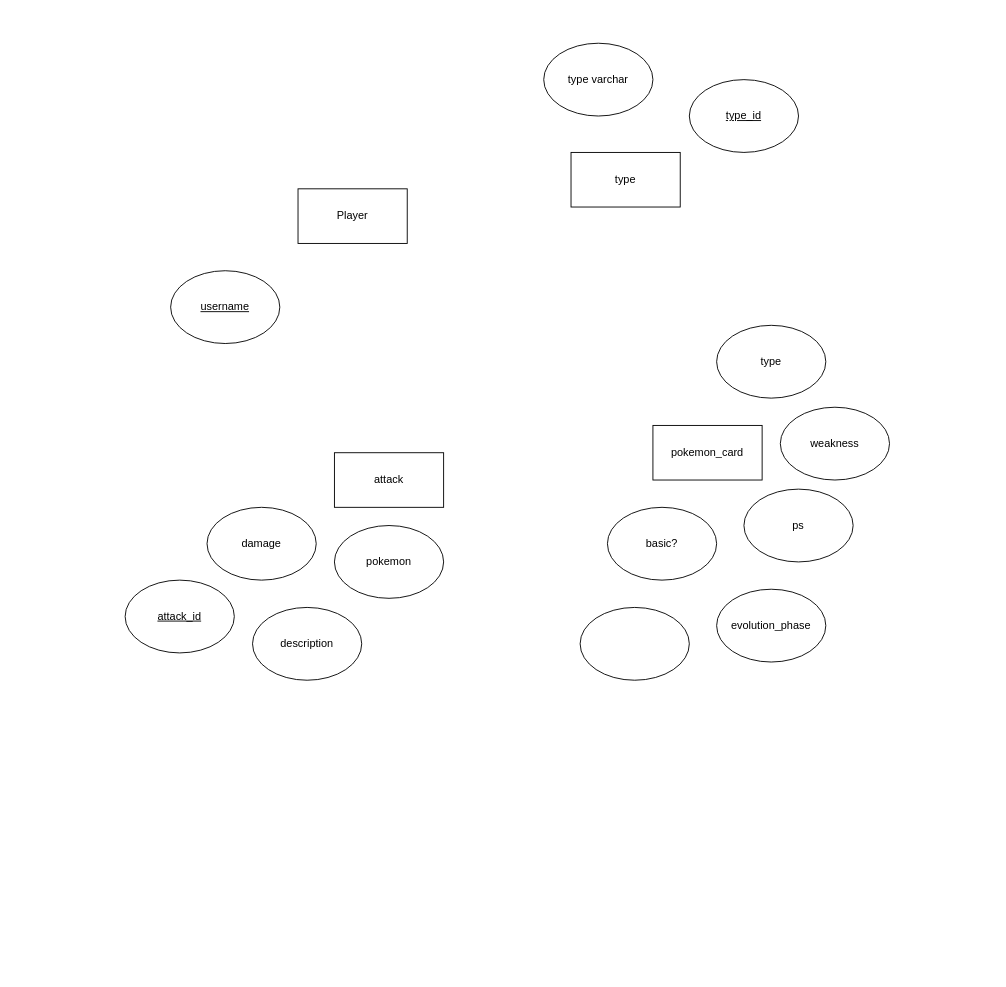
sofia-lpz/a01028251_TC2005B keeps this draw.io diagram as basedatos/Untitled Diagram.drawio. Above is the earlier version. Source tidied: cells renumbered, new cells numbered last; positions are measured from the earlier drawing's top-left corner, leaving out a move shared by most shapes. Both pictures are drawn from the tidied source at 91%, with x=0, y=0 at pixel (125, 43).
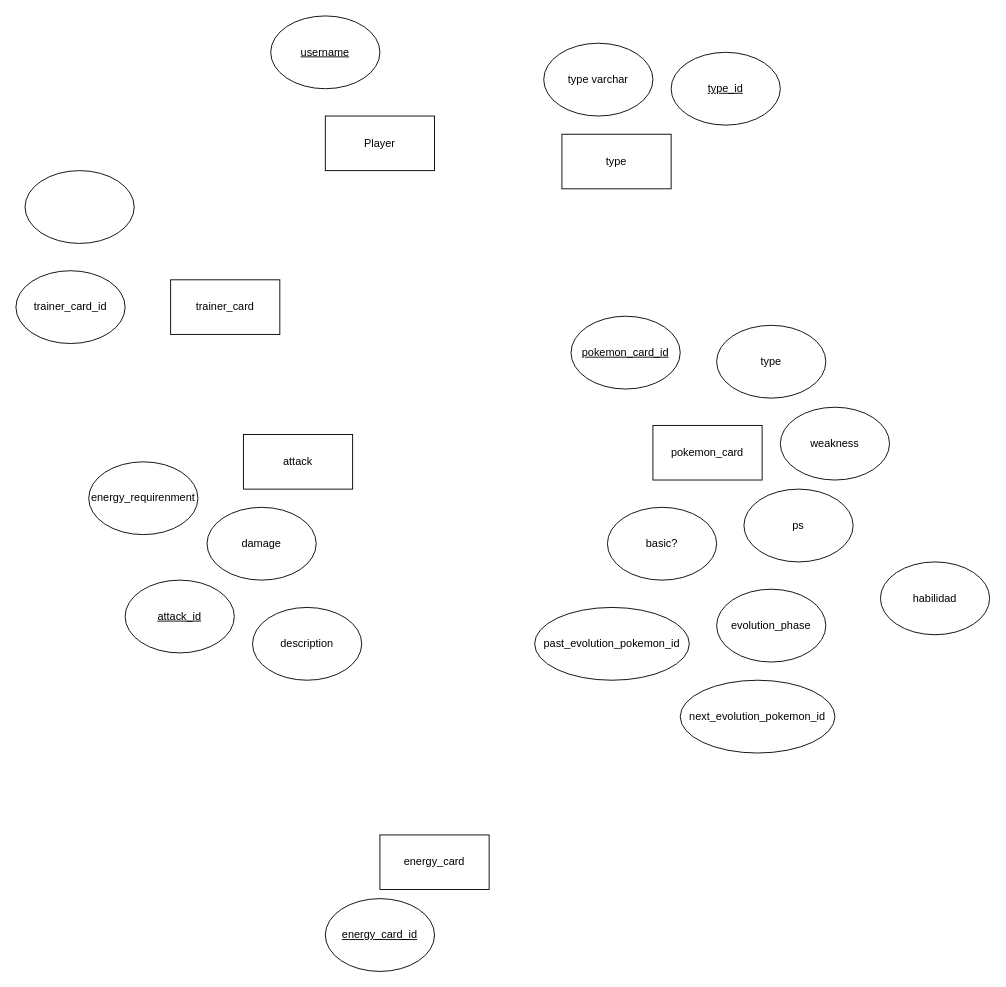
Above is the later version.

The edit, as a diff of the source:
```diff
@@
     <mxCell id="2" value="Player" style="rounded=0;whiteSpace=wrap;html=1;" parent="1" vertex="1">
-      <mxGeometry x="190" y="160" width="120" height="60" as="geometry" />
+      <mxGeometry x="220" y="80" width="120" height="60" as="geometry" />
     </mxCell>
     <mxCell id="3" value="&lt;u&gt;username&lt;/u&gt;" style="ellipse;whiteSpace=wrap;html=1;" parent="1" vertex="1">
-      <mxGeometry x="50" y="250" width="120" height="80" as="geometry" />
+      <mxGeometry x="160" y="-30" width="120" height="80" as="geometry" />
     </mxCell>
@@
     <mxCell id="9" value="attack" style="rounded=0;whiteSpace=wrap;html=1;" parent="1" vertex="1">
-      <mxGeometry x="230" y="450" width="120" height="60" as="geometry" />
+      <mxGeometry x="130" y="430" width="120" height="60" as="geometry" />
     </mxCell>
@@
-    <mxCell id="11" value="pokemon" style="ellipse;whiteSpace=wrap;html=1;" parent="1" vertex="1">
-      <mxGeometry x="230" y="530" width="120" height="80" as="geometry" />
-    </mxCell>
@@
     <mxCell id="14" value="type" style="rounded=0;whiteSpace=wrap;html=1;" parent="1" vertex="1">
-      <mxGeometry x="490" y="120" width="120" height="60" as="geometry" />
+      <mxGeometry x="480" y="100" width="120" height="60" as="geometry" />
     </mxCell>
     <mxCell id="15" value="&lt;u&gt;type_id&lt;/u&gt;" style="ellipse;whiteSpace=wrap;html=1;" parent="1" vertex="1">
-      <mxGeometry x="620" y="40" width="120" height="80" as="geometry" />
+      <mxGeometry x="600" y="10" width="120" height="80" as="geometry" />
     </mxCell>
@@
-    <mxCell id="18" style="ellipse;whiteSpace=wrap;html=1;" parent="1" vertex="1">
-      <mxGeometry x="500" y="620" width="120" height="80" as="geometry" />
+    <mxCell id="18" value="past_evolution_pokemon_id" style="ellipse;whiteSpace=wrap;html=1;" parent="1" vertex="1">
+      <mxGeometry x="450" y="620" width="170" height="80" as="geometry" />
     </mxCell>
+    <mxCell id="19" value="next_evolution_pokemon_id" style="ellipse;whiteSpace=wrap;html=1;" parent="1" vertex="1">
+      <mxGeometry x="610" y="700" width="170" height="80" as="geometry" />
+    </mxCell>
+    <mxCell id="20" value="habilidad" style="ellipse;whiteSpace=wrap;html=1;" parent="1" vertex="1">
+      <mxGeometry x="830" y="570" width="120" height="80" as="geometry" />
+    </mxCell>
+    <mxCell id="21" value="energy_requirenment" style="ellipse;whiteSpace=wrap;html=1;" parent="1" vertex="1">
+      <mxGeometry x="-40" y="460" width="120" height="80" as="geometry" />
+    </mxCell>
+    <mxCell id="22" value="energy_card" style="rounded=0;whiteSpace=wrap;html=1;" parent="1" vertex="1">
+      <mxGeometry x="280" y="870" width="120" height="60" as="geometry" />
+    </mxCell>
+    <mxCell id="23" value="&lt;u&gt;energy_card_id&lt;br&gt;&lt;/u&gt;" style="ellipse;whiteSpace=wrap;html=1;" parent="1" vertex="1">
+      <mxGeometry x="220" y="940" width="120" height="80" as="geometry" />
+    </mxCell>
+    <mxCell id="24" value="&lt;u&gt;pokemon_card_id&lt;br&gt;&lt;/u&gt;" style="ellipse;whiteSpace=wrap;html=1;" parent="1" vertex="1">
+      <mxGeometry x="490" y="300" width="120" height="80" as="geometry" />
+    </mxCell>
+    <mxCell id="25" value="trainer_card" style="rounded=0;whiteSpace=wrap;html=1;" parent="1" vertex="1">
+      <mxGeometry x="50" y="260" width="120" height="60" as="geometry" />
+    </mxCell>
+    <mxCell id="26" value="trainer_card_id" style="ellipse;whiteSpace=wrap;html=1;" parent="1" vertex="1">
+      <mxGeometry x="-120" y="250" width="120" height="80" as="geometry" />
+    </mxCell>
+    <mxCell id="27" style="ellipse;whiteSpace=wrap;html=1;" parent="1" vertex="1">
+      <mxGeometry x="-110" y="140" width="120" height="80" as="geometry" />
+    </mxCell>
```
